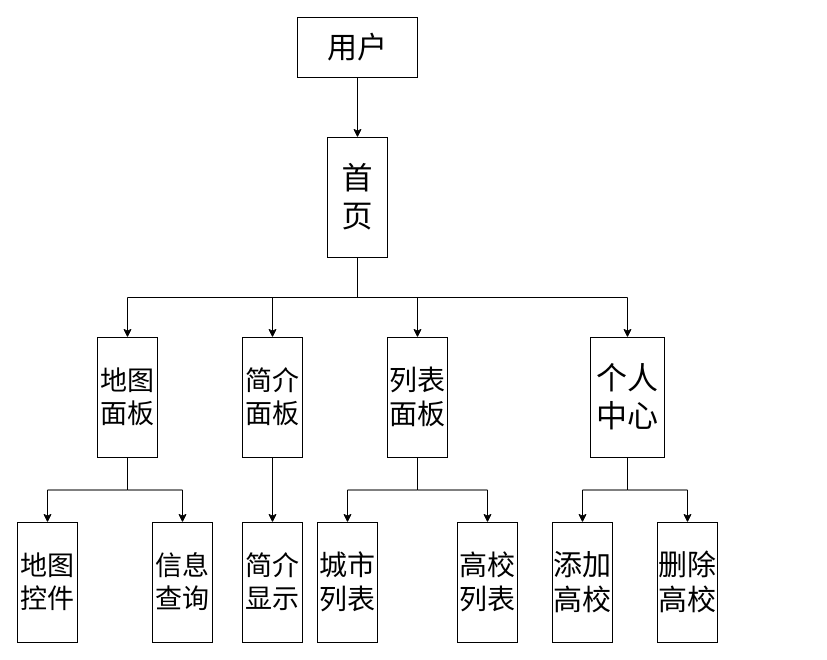
Earlier version of the draw.io diagram 未命名绘图.drawio (OnetakeDL/iodraw-files). Source tidied: cells renumbered, new cells numbered last; positions are measured from the earlier drawing's top-left corner, leaving out a move shared by most shapes. Both pictures are drawn from the tidied source at 100%, with x=0, y=0 at pixel (17, 17).
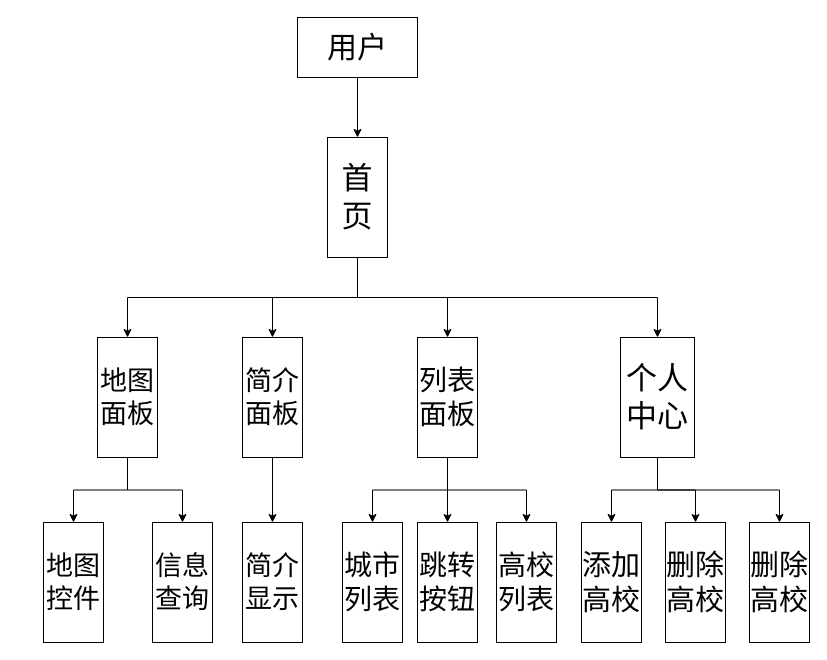
The same page after the edit.

Commit message:
更新未命名绘图.drawio

The change refers to these unchanged cells:
```xml
<mxCell id="8" value="&lt;font style=&quot;font-size: 31px;&quot;&gt;首页&lt;/font&gt;" style="rounded=0;whiteSpace=wrap;html=1;direction=south;" parent="1" vertex="1">
  <mxGeometry x="310" y="120" width="60" height="120" as="geometry" />
</mxCell>
```

Diff of the diagram source:
```diff
@@
-    <mxCell id="6" style="edgeStyle=orthogonalEdgeStyle;rounded=0;jettySize=auto;html=1;entryX=0;entryY=0.5;entryDx=0;entryDy=0;" parent="1" edge="1" source="8" target="14">
+    <mxCell id="6" style="edgeStyle=orthogonalEdgeStyle;rounded=0;jettySize=auto;html=1;entryX=0;entryY=0.5;entryDx=0;entryDy=0;exitX=1;exitY=0.5;exitDx=0;exitDy=0;" parent="1" edge="1" source="8" target="14">
       <mxGeometry relative="1" as="geometry" />
     </mxCell>
@@
+    <mxCell id="27" style="edgeStyle=orthogonalEdgeStyle;rounded=0;jettySize=auto;html=1;exitX=1;exitY=0.5;exitDx=0;exitDy=0;entryX=0;entryY=0.5;entryDx=0;entryDy=0;" parent="1" edge="1" source="11" target="30">
+      <mxGeometry relative="1" as="geometry" />
+    </mxCell>
     <mxCell id="11" value="&lt;span style=&quot;font-size: 31px;&quot;&gt;个人中心&lt;/span&gt;" style="rounded=0;whiteSpace=wrap;html=1;direction=south;" parent="1" vertex="1">
-      <mxGeometry x="573" y="320" width="74" height="120" as="geometry" />
+      <mxGeometry x="603" y="320" width="74" height="120" as="geometry" />
     </mxCell>
@@
+    <mxCell id="28" style="edgeStyle=orthogonalEdgeStyle;rounded=0;jettySize=auto;html=1;exitX=1;exitY=0.5;exitDx=0;exitDy=0;entryX=0;entryY=0.5;entryDx=0;entryDy=0;" parent="1" edge="1" source="14" target="29">
+      <mxGeometry relative="1" as="geometry" />
+    </mxCell>
     <mxCell id="14" value="&lt;font style=&quot;font-size: 28px;&quot;&gt;列表面板&lt;/font&gt;" style="rounded=0;whiteSpace=wrap;html=1;direction=south;" parent="1" vertex="1">
-      <mxGeometry x="370" y="320" width="60" height="120" as="geometry" />
+      <mxGeometry x="400" y="320" width="60" height="120" as="geometry" />
     </mxCell>
@@
     <mxCell id="20" value="&lt;font style=&quot;font-size: 28px;&quot;&gt;高校列表&lt;/font&gt;" style="rounded=0;whiteSpace=wrap;html=1;direction=south;" parent="1" vertex="1">
-      <mxGeometry x="440" y="505" width="60" height="120" as="geometry" />
+      <mxGeometry x="479" y="505" width="60" height="120" as="geometry" />
     </mxCell>
     <mxCell id="21" value="&lt;font style=&quot;font-size: 28px;&quot;&gt;城市列表&lt;/font&gt;" style="rounded=0;whiteSpace=wrap;html=1;direction=south;" parent="1" vertex="1">
-      <mxGeometry x="300" y="505" width="60" height="120" as="geometry" />
+      <mxGeometry x="325" y="505" width="60" height="120" as="geometry" />
     </mxCell>
@@
     <mxCell id="23" value="&lt;font style=&quot;font-size: 27px;&quot;&gt;地图控件&lt;/font&gt;" style="rounded=0;whiteSpace=wrap;html=1;direction=south;" parent="1" vertex="1">
-      <mxGeometry y="505" width="60" height="120" as="geometry" />
+      <mxGeometry x="26" y="505" width="60" height="120" as="geometry" />
     </mxCell>
     <mxCell id="24" value="&lt;font style=&quot;font-size: 29px;&quot;&gt;删除高校&lt;/font&gt;" style="rounded=0;whiteSpace=wrap;html=1;direction=south;" parent="1" vertex="1">
-      <mxGeometry x="640" y="505" width="60" height="120" as="geometry" />
+      <mxGeometry x="648" y="505" width="60" height="120" as="geometry" />
     </mxCell>
     <mxCell id="25" value="&lt;font style=&quot;font-size: 29px;&quot;&gt;添加高校&lt;/font&gt;" style="rounded=0;whiteSpace=wrap;html=1;direction=south;" parent="1" vertex="1">
-      <mxGeometry x="535" y="505" width="60" height="120" as="geometry" />
+      <mxGeometry x="564" y="505" width="60" height="120" as="geometry" />
     </mxCell>
@@
+    <mxCell id="29" value="&lt;font style=&quot;font-size: 28px;&quot;&gt;跳转按钮&lt;/font&gt;" style="rounded=0;whiteSpace=wrap;html=1;direction=south;" parent="1" vertex="1">
+      <mxGeometry x="400" y="505" width="60" height="120" as="geometry" />
+    </mxCell>
+    <mxCell id="30" value="&lt;font style=&quot;font-size: 29px;&quot;&gt;删除高校&lt;/font&gt;" style="rounded=0;whiteSpace=wrap;html=1;direction=south;" parent="1" vertex="1">
+      <mxGeometry x="732" y="505" width="60" height="120" as="geometry" />
+    </mxCell>
```
